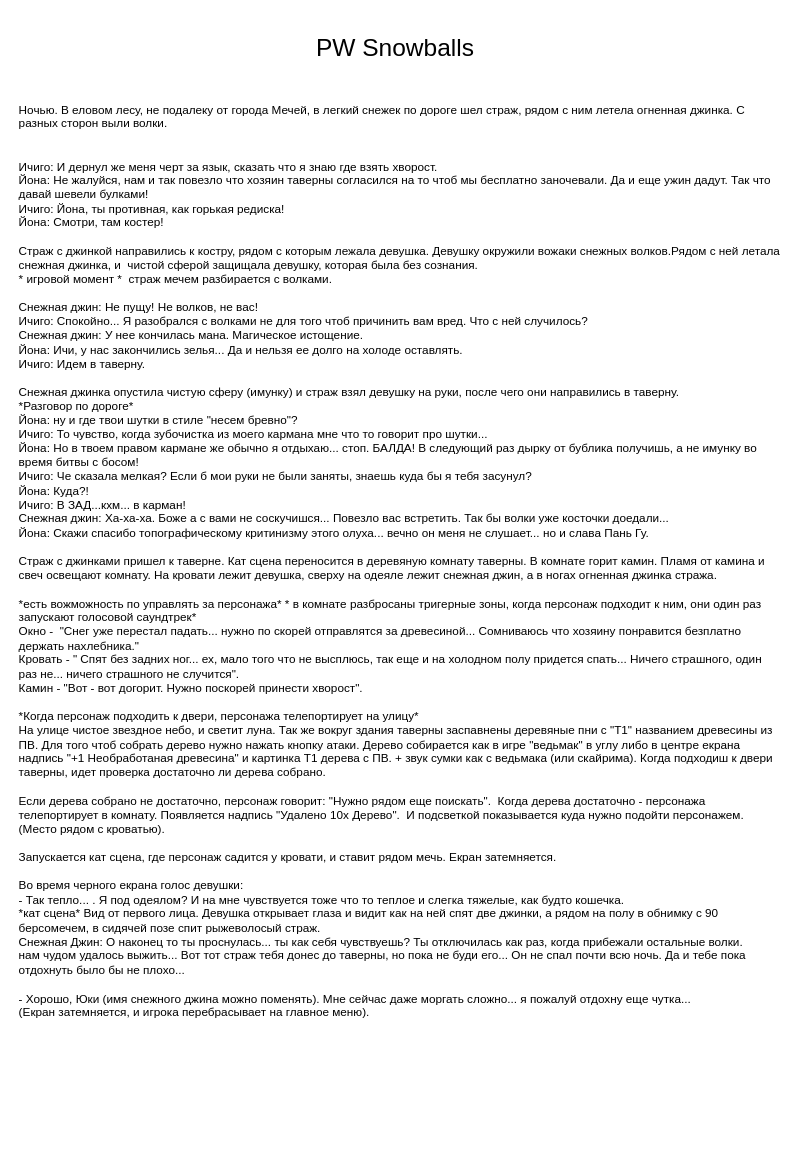
Before: PWSnowballs/Assets/Design Doc/Disdoc.drawio in NSmocker/PW-Snow-Story-Dev, a draw.io diagram. Source tidied: cells renumbered, new cells numbered last; positions are measured from the earlier drawing's top-left corner, leaving out a move shared by most shapes. Both pictures are drawn from the tidied source at 98%, with x=0, y=0 at pixel (17, 17).
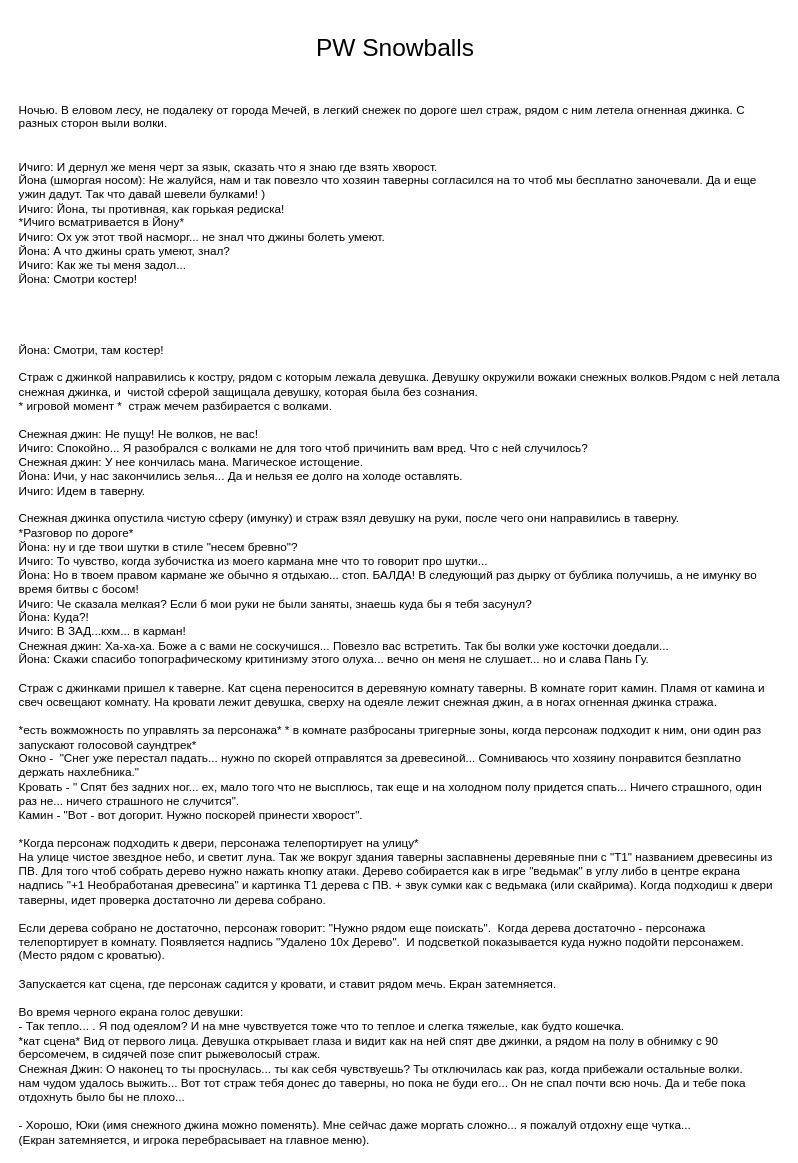
The same diagram, later.

Change to the diagram source:
```diff
@@
 <mxGraphModel>
   <root>
     <mxCell id="0" />
     <mxCell id="1" parent="0" />
     <mxCell id="2" value="PW Snowballs&lt;br style=&quot;font-size: 25px;&quot;&gt;" style="text;html=1;strokeColor=none;fillColor=none;align=center;verticalAlign=middle;whiteSpace=wrap;rounded=0;fontSize=25;" parent="1" vertex="1">
       <mxGeometry x="251" width="270" height="60" as="geometry" />
     </mxCell>
-    <mxCell id="3" value="Ночью. В еловом лесу, не подалеку от города Мечей, в легкий снежек по дороге шел страж, рядом с ним летела огненная джинка. С разных сторон выли волки.&amp;nbsp;&amp;nbsp;&lt;br&gt;&lt;br&gt;&lt;br&gt;Ичиго: И дернул же меня черт за язык, сказать что я знаю где взять хворост.&amp;nbsp;&lt;br&gt;Йона: Не жалуйся, нам и так повезло что хозяин таверны согласился на то чтоб мы бесплатно заночевали. Да и еще ужин дадут. Так что давай шевели булками!&lt;br&gt;Ичиго: Йона, ты противная, как горькая редиска!&amp;nbsp;&lt;br&gt;Йона: Смотри, там костер!&amp;nbsp;&lt;br&gt;&lt;br&gt;Страж с джинкой направились к костру, рядом с которым лежала девушка. Девушку окружили вожаки снежных волков.Рядом с ней летала снежная джинка, и&amp;nbsp; чистой сферой защищала девушку, которая была без сознания.&amp;nbsp;&lt;br&gt;* игровой момент *&amp;nbsp; страж мечем разбирается с волками.&lt;br&gt;&lt;br&gt;Снежная джин: Не пущу! Не волков, не вас!&lt;br&gt;Ичиго: Спокойно... Я разобрался с волками не для того чтоб причинить вам вред. Что с ней случилось?&amp;nbsp;&lt;br&gt;Снежная джин: У нее кончилась мана. Магическое истощение.&amp;nbsp;&lt;br&gt;Йона: Ичи, у нас закончились зелья... Да и нельзя ее долго на холоде оставлять.&amp;nbsp;&lt;br&gt;Ичиго: Идем в таверну.&amp;nbsp;&lt;br&gt;&lt;br&gt;Снежная джинка опустила чистую сферу (имунку) и страж взял девушку на руки, после чего они направились в таверну.&amp;nbsp;&lt;br&gt;*Разговор по дороге*&amp;nbsp;&lt;br&gt;Йона: ну и где твои шутки в стиле &quot;несем бревно&quot;?&lt;br&gt;Ичиго: То чувство, когда зубочистка из моего кармана мне что то говорит про шутки...&lt;br&gt;Йона: Но в твоем правом кармане же обычно я отдыхаю... стоп. БАЛДА! В следующий раз дырку от бублика получишь, а не имунку во время битвы с босом!&lt;br&gt;Ичиго: Че сказала мелкая? Если б мои руки не были заняты, знаешь куда бы я тебя засунул?&amp;nbsp;&lt;br&gt;Йона: Куда?!&lt;br&gt;Ичиго: В ЗАД...кхм... в карман!&amp;nbsp;&lt;br&gt;Снежная джин: Ха-ха-ха. Боже а с вами не соскучишся... Повезло вас встретить. Так бы волки уже косточки доедали...&lt;br&gt;Йона: Скажи спасибо топографическому критинизму этого олуха... вечно он меня не слушает... но и слава Пань Гу.&amp;nbsp;&lt;br&gt;&lt;br&gt;Страж с джинками пришел к таверне. Кат сцена переносится в деревяную комнату таверны. В комнате горит камин. Пламя от камина и свеч освещают комнату. На кровати лежит девушка, сверху на одеяле лежит снежная джин, а в ногах огненная джинка стража.&amp;nbsp;&lt;br&gt;&lt;br&gt;*есть вожможность по управлять за персонажа* * в комнате разбросаны тригерные зоны, когда персонаж подходит к ним, они один раз запускают голосовой саундтрек*&amp;nbsp;&lt;br&gt;Окно -&amp;nbsp; &quot;Снег уже перестал падать... нужно по скорей отправлятся за древесиной... Сомниваюсь что хозяину понравится безплатно держать нахлебника.&quot;&lt;br&gt;Кровать - &quot; Спят без задних ног... ех, мало того что не высплюсь, так еще и на холодном полу придется спать... Ничего страшного, один раз не... ничего страшного не случится&quot;.&lt;br&gt;Камин - &quot;Вот - вот догорит. Нужно поскорей принести хворост&quot;.&amp;nbsp;&lt;br&gt;&amp;nbsp;&lt;br&gt;*Когда персонаж подходить к двери, персонажа телепортирует на улицу*&lt;br&gt;На улице чистое звездное небо, и светит луна. Так же вокруг здания таверны заспавнены деревяные пни с &quot;Т1&quot; названием древесины из ПВ. Для того чтоб собрать дерево нужно нажать кнопку атаки. Дерево собирается как в игре &quot;ведьмак&quot; в углу либо в центре екрана надпись &quot;+1 Необработаная древесина&quot; и картинка Т1 дерева с ПВ. + звук сумки как с ведьмака (или скайрима). Когда подходиш к двери таверны, идет проверка достаточно ли дерева собрано.&amp;nbsp;&lt;br&gt;&lt;br&gt;Если дерева собрано не достаточно, персонаж говорит: &quot;Нужно рядом еще поискать&quot;.&amp;nbsp; Когда дерева достаточно - персонажа телепортирует в комнату. Появляется надпись &quot;Удалено 10х Дерево&quot;.&amp;nbsp; И подсветкой показывается куда нужно подойти персонажем. (Место рядом с кроватью).&amp;nbsp;&lt;br&gt;&lt;br&gt;Запускается кат сцена, где персонаж садится у кровати, и ставит рядом мечь. Екран затемняется.&amp;nbsp;&lt;br&gt;&lt;br&gt;Во время черного екрана голос девушки:&lt;br&gt;- Так тепло... . Я под одеялом? И на мне чувствуется тоже что то теплое и слегка тяжелые, как будто кошечка.&amp;nbsp;&lt;br&gt;*кат сцена* Вид от первого лица. Девушка открывает глаза и видит как на ней спят две джинки, а рядом на полу в обнимку с 90 берсомечем, в сидячей позе спит рыжеволосый страж.&amp;nbsp;&lt;br&gt;Снежная Джин: О наконец то ты проснулась... ты как себя чувствуешь? Ты отключилась как раз, когда прибежали остальные волки.&amp;nbsp;&lt;br&gt;нам чудом удалось выжить... Вот тот страж тебя донес до таверны, но пока не буди его... Он не спал почти всю ночь. Да и тебе пока отдохнуть было бы не плохо...&lt;br&gt;&lt;br&gt;- Хорошо, Юки (имя снежного джина можно поменять). Мне сейчас даже моргать сложно... я пожалуй отдохну еще чутка...&lt;br&gt;(Екран затемняется, и игрока перебрасывает на главное меню)." style="text;html=1;strokeColor=none;fillColor=none;align=left;verticalAlign=top;whiteSpace=wrap;rounded=0;" parent="1" vertex="1">
+    <mxCell id="3" value="Ночью. В еловом лесу, не подалеку от города Мечей, в легкий снежек по дороге шел страж, рядом с ним летела огненная джинка. С разных сторон выли волки.&amp;nbsp;&amp;nbsp;&lt;br&gt;&lt;br&gt;&lt;br&gt;Ичиго: И дернул же меня черт за язык, сказать что я знаю где взять хворост.&amp;nbsp;&lt;br&gt;Йона (шморгая носом): Не жалуйся, нам и так повезло что хозяин таверны согласился на то чтоб мы бесплатно заночевали. Да и еще ужин дадут. Так что давай шевели булками! )&lt;br&gt;Ичиго: Йона, ты противная, как горькая редиска!&amp;nbsp;&lt;br&gt;*Ичиго всматривается в Йону*&lt;br&gt;Ичиго: Ох уж этот твой насморг... не знал что джины болеть умеют.&lt;br&gt;Йона: А что джины срать умеют, знал?&amp;nbsp;&lt;br&gt;Ичиго: Как же ты меня задол...&amp;nbsp;&lt;br&gt;Йона: Смотри костер!&lt;br&gt;&lt;br&gt;&lt;br&gt;&lt;br&gt;&lt;br&gt;Йона: Смотри, там костер!&amp;nbsp;&lt;br&gt;&lt;br&gt;Страж с джинкой направились к костру, рядом с которым лежала девушка. Девушку окружили вожаки снежных волков.Рядом с ней летала снежная джинка, и&amp;nbsp; чистой сферой защищала девушку, которая была без сознания.&amp;nbsp;&lt;br&gt;* игровой момент *&amp;nbsp; страж мечем разбирается с волками.&lt;br&gt;&lt;br&gt;Снежная джин: Не пущу! Не волков, не вас!&lt;br&gt;Ичиго: Спокойно... Я разобрался с волками не для того чтоб причинить вам вред. Что с ней случилось?&amp;nbsp;&lt;br&gt;Снежная джин: У нее кончилась мана. Магическое истощение.&amp;nbsp;&lt;br&gt;Йона: Ичи, у нас закончились зелья... Да и нельзя ее долго на холоде оставлять.&amp;nbsp;&lt;br&gt;Ичиго: Идем в таверну.&amp;nbsp;&lt;br&gt;&lt;br&gt;Снежная джинка опустила чистую сферу (имунку) и страж взял девушку на руки, после чего они направились в таверну.&amp;nbsp;&lt;br&gt;*Разговор по дороге*&amp;nbsp;&lt;br&gt;Йона: ну и где твои шутки в стиле &quot;несем бревно&quot;?&lt;br&gt;Ичиго: То чувство, когда зубочистка из моего кармана мне что то говорит про шутки...&lt;br&gt;Йона: Но в твоем правом кармане же обычно я отдыхаю... стоп. БАЛДА! В следующий раз дырку от бублика получишь, а не имунку во время битвы с босом!&lt;br&gt;Ичиго: Че сказала мелкая? Если б мои руки не были заняты, знаешь куда бы я тебя засунул?&amp;nbsp;&lt;br&gt;Йона: Куда?!&lt;br&gt;Ичиго: В ЗАД...кхм... в карман!&amp;nbsp;&lt;br&gt;Снежная джин: Ха-ха-ха. Боже а с вами не соскучишся... Повезло вас встретить. Так бы волки уже косточки доедали...&lt;br&gt;Йона: Скажи спасибо топографическому критинизму этого олуха... вечно он меня не слушает... но и слава Пань Гу.&amp;nbsp;&lt;br&gt;&lt;br&gt;Страж с джинками пришел к таверне. Кат сцена переносится в деревяную комнату таверны. В комнате горит камин. Пламя от камина и свеч освещают комнату. На кровати лежит девушка, сверху на одеяле лежит снежная джин, а в ногах огненная джинка стража.&amp;nbsp;&lt;br&gt;&lt;br&gt;*есть вожможность по управлять за персонажа* * в комнате разбросаны тригерные зоны, когда персонаж подходит к ним, они один раз запускают голосовой саундтрек*&amp;nbsp;&lt;br&gt;Окно -&amp;nbsp; &quot;Снег уже перестал падать... нужно по скорей отправлятся за древесиной... Сомниваюсь что хозяину понравится безплатно держать нахлебника.&quot;&lt;br&gt;Кровать - &quot; Спят без задних ног... ех, мало того что не высплюсь, так еще и на холодном полу придется спать... Ничего страшного, один раз не... ничего страшного не случится&quot;.&lt;br&gt;Камин - &quot;Вот - вот догорит. Нужно поскорей принести хворост&quot;.&amp;nbsp;&lt;br&gt;&amp;nbsp;&lt;br&gt;*Когда персонаж подходить к двери, персонажа телепортирует на улицу*&lt;br&gt;На улице чистое звездное небо, и светит луна. Так же вокруг здания таверны заспавнены деревяные пни с &quot;Т1&quot; названием древесины из ПВ. Для того чтоб собрать дерево нужно нажать кнопку атаки. Дерево собирается как в игре &quot;ведьмак&quot; в углу либо в центре екрана надпись &quot;+1 Необработаная древесина&quot; и картинка Т1 дерева с ПВ. + звук сумки как с ведьмака (или скайрима). Когда подходиш к двери таверны, идет проверка достаточно ли дерева собрано.&amp;nbsp;&lt;br&gt;&lt;br&gt;Если дерева собрано не достаточно, персонаж говорит: &quot;Нужно рядом еще поискать&quot;.&amp;nbsp; Когда дерева достаточно - персонажа телепортирует в комнату. Появляется надпись &quot;Удалено 10х Дерево&quot;.&amp;nbsp; И подсветкой показывается куда нужно подойти персонажем. (Место рядом с кроватью).&amp;nbsp;&lt;br&gt;&lt;br&gt;Запускается кат сцена, где персонаж садится у кровати, и ставит рядом мечь. Екран затемняется.&amp;nbsp;&lt;br&gt;&lt;br&gt;Во время черного екрана голос девушки:&lt;br&gt;- Так тепло... . Я под одеялом? И на мне чувствуется тоже что то теплое и слегка тяжелые, как будто кошечка.&amp;nbsp;&lt;br&gt;*кат сцена* Вид от первого лица. Девушка открывает глаза и видит как на ней спят две джинки, а рядом на полу в обнимку с 90 берсомечем, в сидячей позе спит рыжеволосый страж.&amp;nbsp;&lt;br&gt;Снежная Джин: О наконец то ты проснулась... ты как себя чувствуешь? Ты отключилась как раз, когда прибежали остальные волки.&amp;nbsp;&lt;br&gt;нам чудом удалось выжить... Вот тот страж тебя донес до таверны, но пока не буди его... Он не спал почти всю ночь. Да и тебе пока отдохнуть было бы не плохо...&lt;br&gt;&lt;br&gt;- Хорошо, Юки (имя снежного джина можно поменять). Мне сейчас даже моргать сложно... я пожалуй отдохну еще чутка...&lt;br&gt;(Екран затемняется, и игрока перебрасывает на главное меню)." style="text;html=1;strokeColor=none;fillColor=none;align=left;verticalAlign=top;whiteSpace=wrap;rounded=0;" parent="1" vertex="1">
       <mxGeometry y="81" width="780" height="979" as="geometry" />
     </mxCell>
   </root>
 </mxGraphModel>
```
